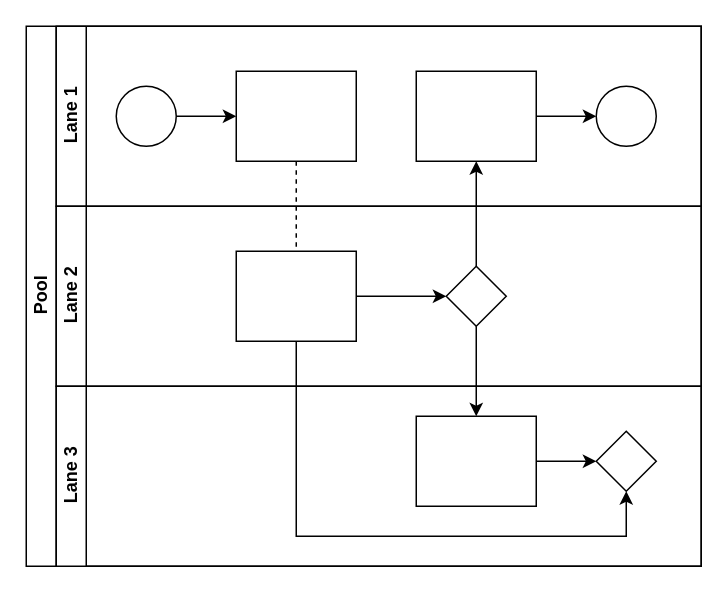
This is Untitled Diagram.drawio from lpenhallowHome/rsa2019, a draw.io file, before an edit. Source tidied: cells renumbered, new cells numbered last; positions are measured from the earlier drawing's top-left corner, leaving out a move shared by most shapes. Both pictures are drawn from the tidied source at 150%, with x=0, y=0 at pixel (26, 26).
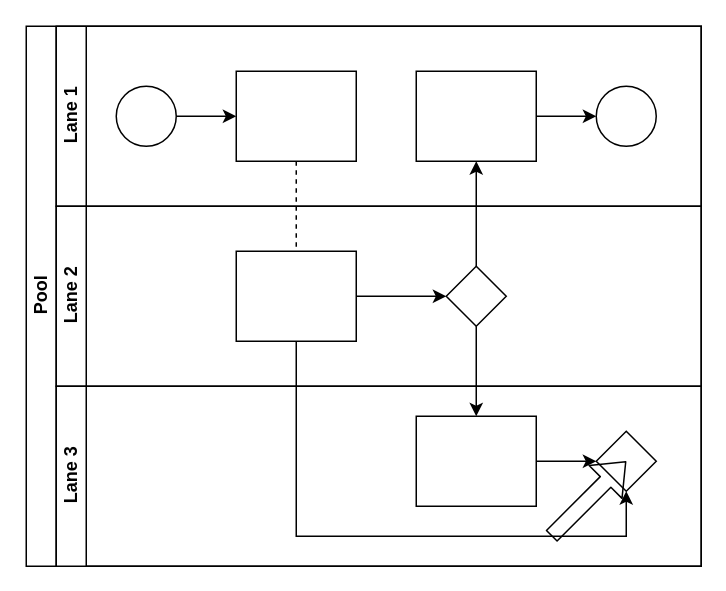
The same page after the edit.

The change refers to these unchanged cells:
```xml
<mxCell id="18" value="Lane 3" style="swimlane;html=1;startSize=20;horizontal=0;" parent="2" vertex="1">
  <mxGeometry x="20" y="240" width="430" height="120" as="geometry" />
</mxCell>
```

What changed in the source:
```diff
@@
+    <mxCell id="22" style="shape=flexArrow;endArrow=classic;html=1;" parent="18" edge="1">
+      <mxGeometry relative="1" as="geometry">
+        <mxPoint x="330" y="100" as="sourcePoint" />
+        <mxPoint x="380" y="50" as="targetPoint" />
+      </mxGeometry>
+    </mxCell>
```
